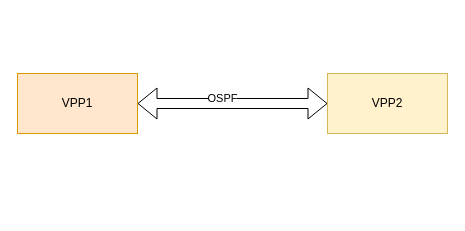
The draw.io diagram new_map/vppsb-router.drawio in jin13417/dpdk-vpp-learning, before the edit. Source tidied: cells renumbered, new cells numbered last; positions are measured from the earlier drawing's top-left corner, leaving out a move shared by most shapes. Both pictures are drawn from the tidied source at 100%, with x=0, y=0 at pixel (17, 73).
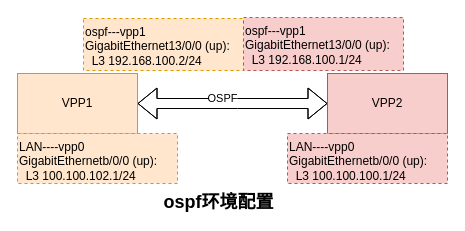
After the change.

Diff of the diagram source:
```diff
@@
 <mxGraphModel>
   <root>
     <mxCell id="0" />
     <mxCell id="1" parent="0" />
     <mxCell id="2" value="VPP1" style="rounded=0;whiteSpace=wrap;html=1;fillColor=#ffe6cc;strokeColor=#d79b00;" parent="1" vertex="1">
       <mxGeometry width="120" height="60" as="geometry" />
     </mxCell>
-    <mxCell id="3" value="VPP2" style="rounded=0;whiteSpace=wrap;html=1;fillColor=#fff2cc;strokeColor=#d6b656;" parent="1" vertex="1">
+    <mxCell id="3" value="VPP2" style="rounded=0;whiteSpace=wrap;html=1;fillColor=#f8cecc;strokeColor=#b85450;" parent="1" vertex="1">
       <mxGeometry x="310" width="120" height="60" as="geometry" />
     </mxCell>
     <mxCell id="4" style="shape=flexArrow;endArrow=classic;startArrow=classic;html=1;entryX=0;entryY=0.5;entryDx=0;entryDy=0;exitX=1;exitY=0.5;exitDx=0;exitDy=0;" parent="1" edge="1" source="2" target="3">
-      <mxGeometry relative="1" as="geometry" />
+      <mxGeometry relative="1" as="geometry">
+        <Array as="points">
+          <mxPoint x="220" y="30" />
+        </Array>
+      </mxGeometry>
     </mxCell>
     <mxCell id="5" value="Text" style="edgeLabel;html=1;align=center;verticalAlign=middle;" parent="4" vertex="1">
       <mxGeometry x="-0.14" y="4" relative="1" as="geometry" />
     </mxCell>
     <mxCell id="6" value="OSPF" style="edgeLabel;html=1;align=center;verticalAlign=middle;" parent="4" vertex="1">
       <mxGeometry x="-0.12" y="6" relative="1" as="geometry" />
     </mxCell>
+    <mxCell id="7" value="ospf---vpp1&lt;br&gt;GigabitEthernet13/0/0 (up):&lt;br&gt;&amp;nbsp; L3 192.168.100.2/24" style="text;whiteSpace=wrap;html=1;strokeColor=#d79b00;dashed=1;fillColor=#ffe6cc;" parent="1" vertex="1">
+      <mxGeometry x="66" y="-55" width="160" height="52" as="geometry" />
+    </mxCell>
+    <mxCell id="8" value="ospf---vpp1&lt;br&gt;GigabitEthernet13/0/0 (up):&lt;br&gt;&amp;nbsp; L3 192.168.100.1/24" style="text;whiteSpace=wrap;html=1;strokeColor=#b85450;dashed=1;fillColor=#f8cecc;" parent="1" vertex="1">
+      <mxGeometry x="226" y="-56" width="160" height="53" as="geometry" />
+    </mxCell>
+    <mxCell id="9" value="LAN----vpp0&lt;br&gt;GigabitEthernetb/0/0 (up):&lt;br&gt;&amp;nbsp; L3 100.100.100.1/24" style="text;whiteSpace=wrap;html=1;strokeColor=#b85450;dashed=1;fillColor=#f8cecc;" parent="1" vertex="1">
+      <mxGeometry x="270" y="60" width="160" height="50" as="geometry" />
+    </mxCell>
+    <mxCell id="10" value="LAN----vpp0&lt;br&gt;GigabitEthernetb/0/0 (up):&lt;br&gt;&amp;nbsp; L3 100.100.102.1/24" style="text;whiteSpace=wrap;html=1;strokeColor=#d79b00;dashed=1;fillColor=#ffe6cc;" parent="1" vertex="1">
+      <mxGeometry y="60" width="160" height="50" as="geometry" />
+    </mxCell>
+    <mxCell id="11" value="ospf环境配置" style="text;html=1;strokeColor=none;fillColor=none;align=center;verticalAlign=middle;whiteSpace=wrap;rounded=0;dashed=1;fontSize=18;fontStyle=1;" parent="1" vertex="1">
+      <mxGeometry x="139" y="119" width="125" height="20" as="geometry" />
+    </mxCell>
   </root>
 </mxGraphModel>
```
